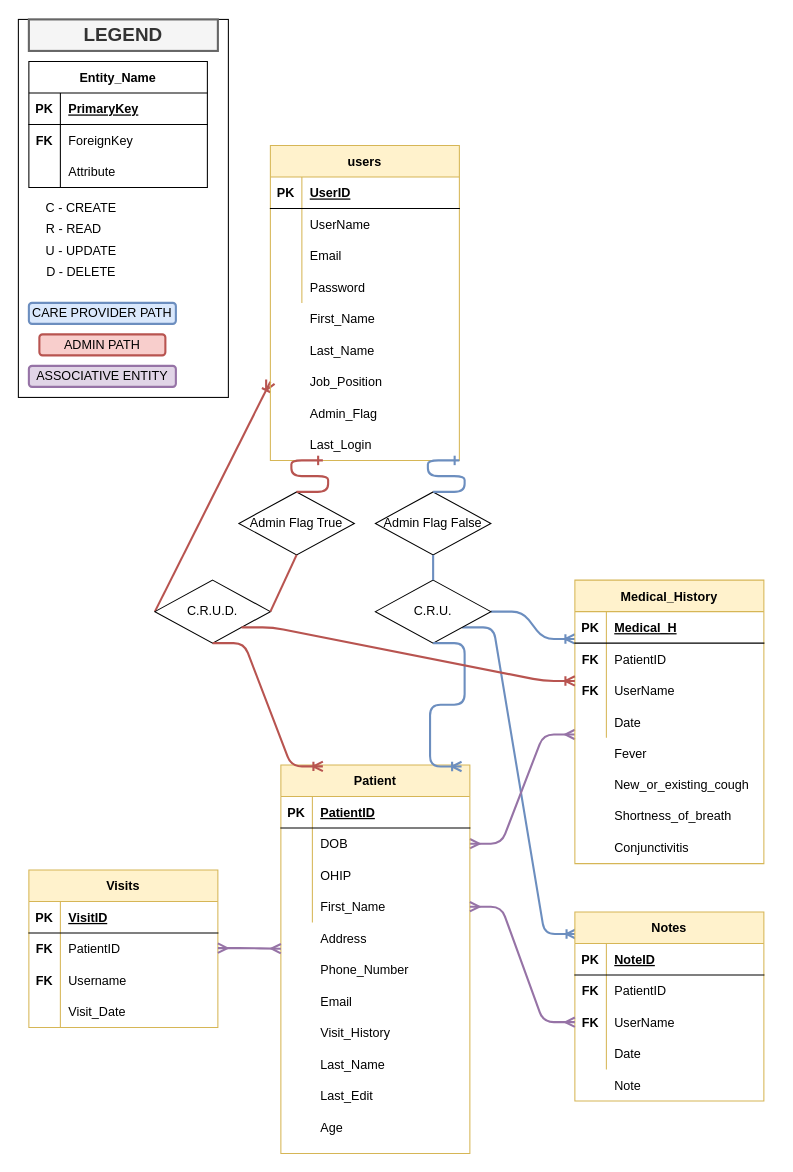
The draw.io diagram group EER Update_Dave.drawio in espernguyen97/FS1030-Group-Project-Electronical-Medical-Record-Management-System-Database, before the edit. Source tidied: cells renumbered, new cells numbered last; positions are measured from the earlier drawing's top-left corner, leaving out a move shared by most shapes. Both pictures are drawn from the tidied source at 105%, with x=0, y=0 at pixel (18, 19).
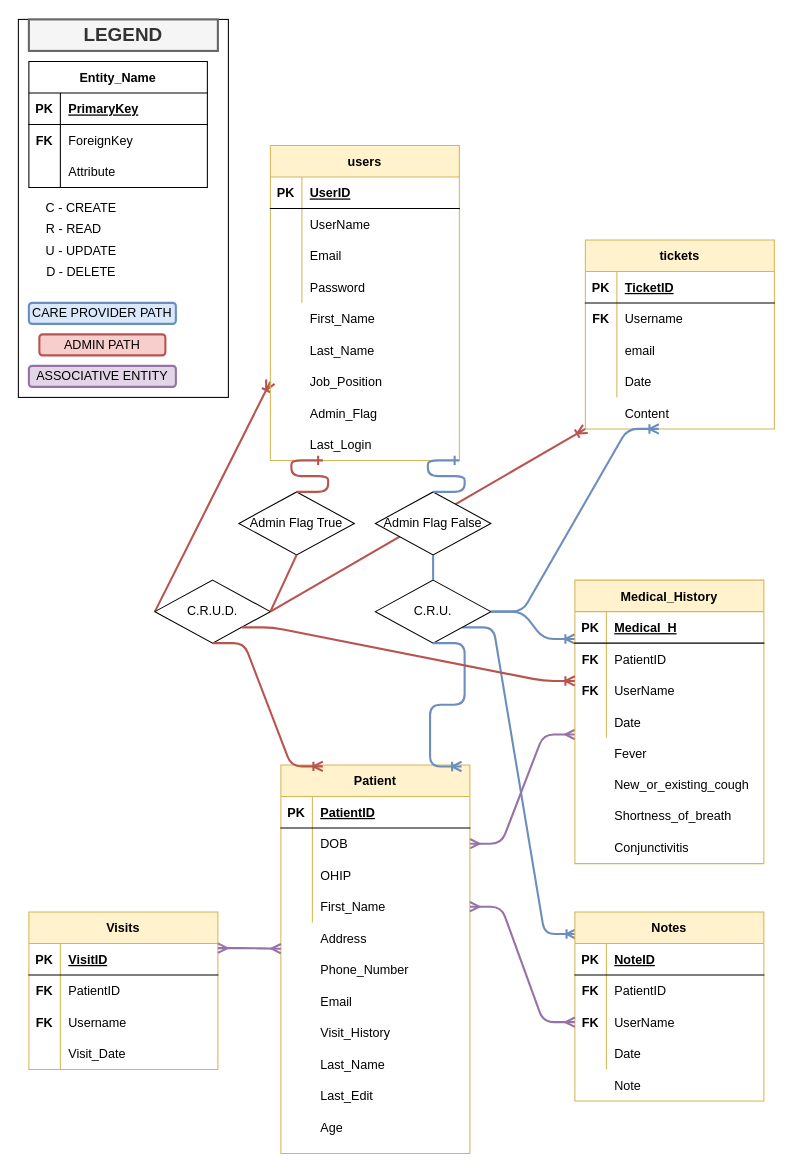
Above is the later version.

Unchanged cells that the change refers to:
```xml
<mxCell id="61" value="C.R.U.D." style="rhombus;whiteSpace=wrap;html=1;" parent="1" vertex="1">
  <mxGeometry x="130" y="534" width="110" height="60" as="geometry" />
</mxCell>
<mxCell id="62" value="C.R.U." style="rhombus;whiteSpace=wrap;html=1;" parent="1" vertex="1">
  <mxGeometry x="340" y="534" width="110" height="60" as="geometry" />
</mxCell>
```

The edit, as a diff of the source:
```diff
@@
+    <mxCell id="128" style="fontSize=12;html=1;endArrow=ERoneToMany;fillColor=#f8cecc;strokeColor=#b85450;strokeWidth=2;entryX=0;entryY=1;entryDx=0;entryDy=0;exitX=1;exitY=0.5;exitDx=0;exitDy=0;" parent="1" edge="1" source="61" target="129">
+      <mxGeometry relative="1" as="geometry" />
+    </mxCell>
@@
     <mxCell id="89" value="Visits" style="shape=table;startSize=30;childLayout=tableLayout;rowLines=0;fontStyle=1;align=center;fillColor=#fff2cc;strokeColor=#d6b656;" parent="1" vertex="1">
-      <mxGeometry x="10" y="810" width="180" height="150" as="geometry" />
+      <mxGeometry x="10" y="850" width="180" height="150" as="geometry" />
     </mxCell>
@@
     <mxCell id="102" value="FK" style="shape=partialRectangle;fillColor=none;top=0;left=0;bottom=0;right=0;fontStyle=1;overflow=hidden;" parent="1" vertex="1">
-      <mxGeometry x="10" y="870" width="30" height="30" as="geometry" />
+      <mxGeometry x="10" y="910" width="30" height="30" as="geometry" />
     </mxCell>
@@
     <mxCell id="121" value="Username" style="shape=partialRectangle;fillColor=none;top=0;left=0;bottom=0;right=0;align=left;spacingLeft=6;overflow=hidden;" parent="1" vertex="1">
-      <mxGeometry x="40" y="900" width="150" height="30" as="geometry" />
+      <mxGeometry x="40" y="940" width="150" height="30" as="geometry" />
     </mxCell>
     <mxCell id="122" value="FK" style="shape=partialRectangle;fillColor=none;top=0;left=0;bottom=0;right=0;fontStyle=1;overflow=hidden;" parent="1" vertex="1">
-      <mxGeometry x="10" y="900" width="30" height="30" as="geometry" />
+      <mxGeometry x="10" y="940" width="30" height="30" as="geometry" />
     </mxCell>
@@
+    <mxCell id="129" value="tickets" style="shape=table;startSize=30;childLayout=tableLayout;rowLines=0;fontStyle=1;align=center;fillColor=#fff2cc;strokeColor=#d6b656;" parent="1" vertex="1">
+      <mxGeometry x="540" y="210" width="180" height="180" as="geometry" />
+    </mxCell>
+    <mxCell id="130" style="shape=partialRectangle;fillColor=none;top=0;left=0;bottom=1;right=0;" parent="129" vertex="1">
+      <mxGeometry y="30" width="180" height="30" as="geometry" />
+    </mxCell>
+    <mxCell id="131" value="PK" style="shape=partialRectangle;fillColor=none;top=0;left=0;bottom=0;right=0;fontStyle=1;overflow=hidden;" parent="130" vertex="1">
+      <mxGeometry width="30" height="30" as="geometry" />
+    </mxCell>
+    <mxCell id="132" value="TicketID" style="shape=partialRectangle;fillColor=none;top=0;left=0;bottom=0;right=0;align=left;spacingLeft=6;fontStyle=5;overflow=hidden;" parent="130" vertex="1">
+      <mxGeometry x="30" width="150" height="30" as="geometry" />
+    </mxCell>
+    <mxCell id="133" style="shape=partialRectangle;fillColor=none;top=0;left=0;bottom=0;right=0;" parent="129" vertex="1">
+      <mxGeometry y="60" width="180" height="30" as="geometry" />
+    </mxCell>
+    <mxCell id="134" style="shape=partialRectangle;fillColor=none;top=0;left=0;bottom=0;right=0;overflow=hidden;" parent="133" vertex="1">
+      <mxGeometry width="30" height="30" as="geometry" />
+    </mxCell>
+    <mxCell id="135" value="Username" style="shape=partialRectangle;fillColor=none;top=0;left=0;bottom=0;right=0;align=left;spacingLeft=6;overflow=hidden;" parent="133" vertex="1">
+      <mxGeometry x="30" width="150" height="30" as="geometry" />
+    </mxCell>
+    <mxCell id="136" style="shape=partialRectangle;fillColor=none;top=0;left=0;bottom=0;right=0;" parent="129" vertex="1">
+      <mxGeometry y="90" width="180" height="30" as="geometry" />
+    </mxCell>
+    <mxCell id="137" style="shape=partialRectangle;fillColor=none;top=0;left=0;bottom=0;right=0;overflow=hidden;" parent="136" vertex="1">
+      <mxGeometry width="30" height="30" as="geometry" />
+    </mxCell>
+    <mxCell id="138" value="email" style="shape=partialRectangle;fillColor=none;top=0;left=0;bottom=0;right=0;align=left;spacingLeft=6;overflow=hidden;" parent="136" vertex="1">
+      <mxGeometry x="30" width="150" height="30" as="geometry" />
+    </mxCell>
+    <mxCell id="139" style="shape=partialRectangle;fillColor=none;top=0;left=0;bottom=0;right=0;" parent="129" vertex="1">
+      <mxGeometry y="120" width="180" height="30" as="geometry" />
+    </mxCell>
+    <mxCell id="140" style="shape=partialRectangle;fillColor=none;top=0;left=0;bottom=0;right=0;overflow=hidden;" parent="139" vertex="1">
+      <mxGeometry width="30" height="30" as="geometry" />
+    </mxCell>
+    <mxCell id="141" value="Date" style="shape=partialRectangle;fillColor=none;top=0;left=0;bottom=0;right=0;align=left;spacingLeft=6;overflow=hidden;" parent="139" vertex="1">
+      <mxGeometry x="30" width="150" height="30" as="geometry" />
+    </mxCell>
+    <mxCell id="142" value="FK" style="shape=partialRectangle;fillColor=none;top=0;left=0;bottom=0;right=0;fontStyle=1;overflow=hidden;" parent="1" vertex="1">
+      <mxGeometry x="540" y="270" width="30" height="30" as="geometry" />
+    </mxCell>
+    <mxCell id="143" value="Content" style="shape=partialRectangle;fillColor=none;top=0;left=0;bottom=0;right=0;align=left;spacingLeft=6;overflow=hidden;" parent="1" vertex="1">
+      <mxGeometry x="570" y="360" width="150" height="30" as="geometry" />
+    </mxCell>
+    <mxCell id="144" style="edgeStyle=entityRelationEdgeStyle;fontSize=12;html=1;endArrow=ERoneToMany;fillColor=#dae8fc;strokeColor=#6c8ebf;strokeWidth=2;exitX=1;exitY=0.5;exitDx=0;exitDy=0;" parent="1" edge="1" source="62">
+      <mxGeometry relative="1" as="geometry">
+        <mxPoint x="610" y="390" as="targetPoint" />
+      </mxGeometry>
+    </mxCell>
```
